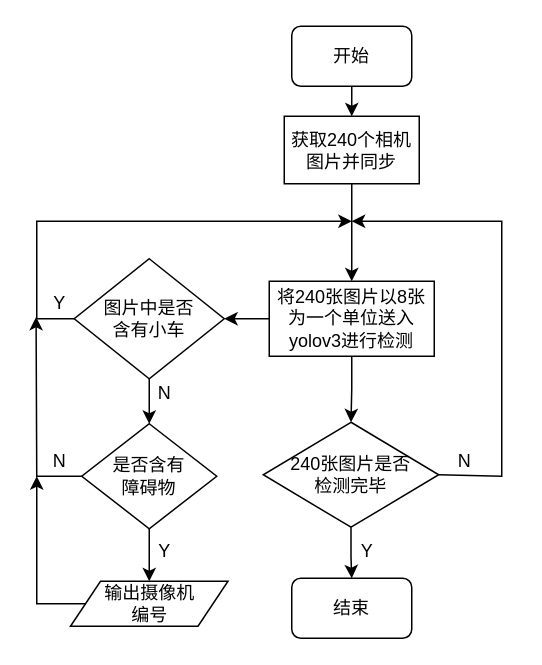
Earlier version of the draw.io diagram 仿真-目标检测部分.drawio (YongZh958/first_try). Source tidied: cells renumbered, new cells numbered last; positions are measured from the earlier drawing's top-left corner, leaving out a move shared by most shapes. Both pictures are drawn from the tidied source at 150%, with x=0, y=0 at pixel (36, 26).
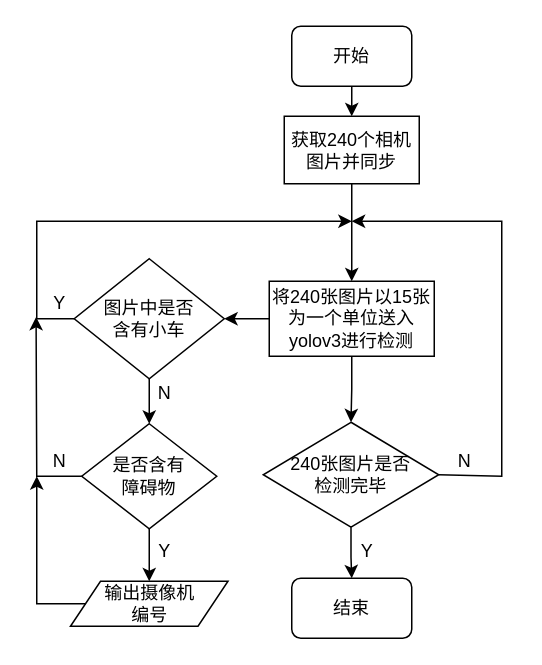
The same diagram, later.

Commit message:
更新仿真-目标检测部分.drawio

What changed in the source:
```diff
@@
-    <mxCell id="7" value="将240张图片以8张为一个单位送入yolov3进行检测" style="rounded=0;whiteSpace=wrap;html=1;" parent="1" vertex="1">
+    <mxCell id="7" value="将240张图片以15张为一个单位送入yolov3进行检测" style="rounded=0;whiteSpace=wrap;html=1;" parent="1" vertex="1">
       <mxGeometry x="155" y="170" width="110" height="50" as="geometry" />
     </mxCell>
```
